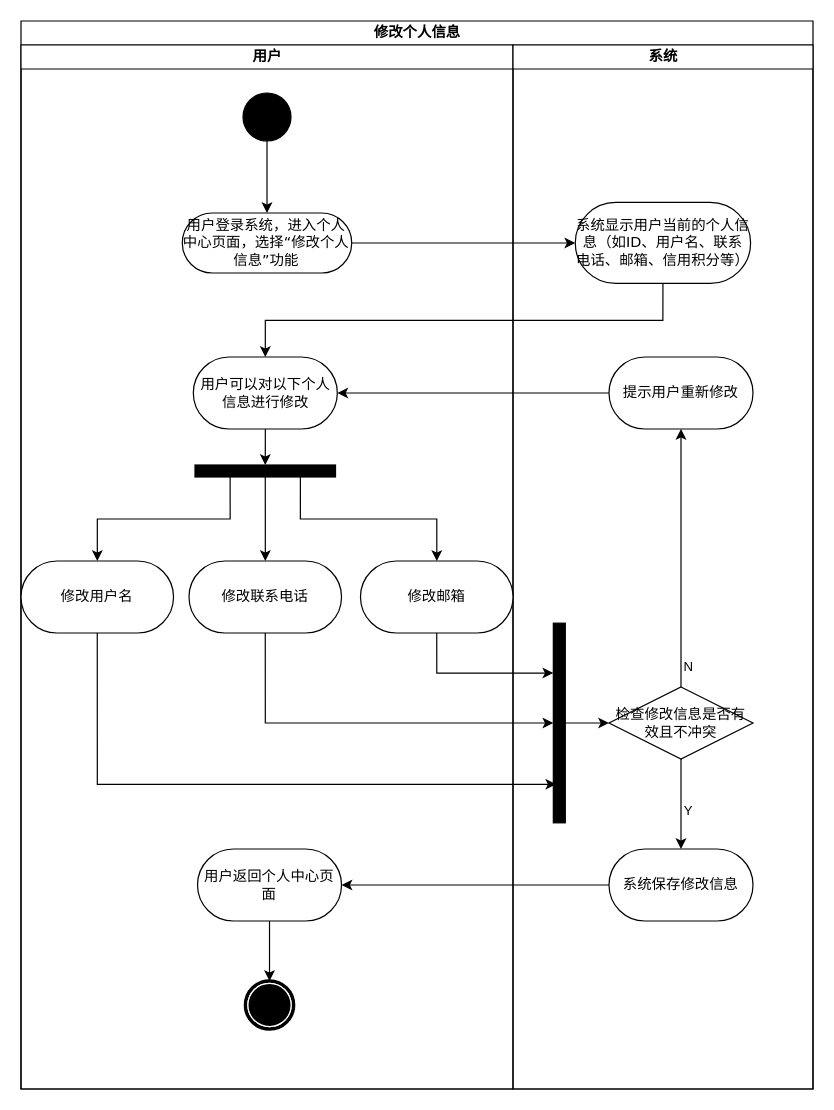
Above: page "功能建模" (1 of 2) of 文档/需求分析规约文档/三种建模/16修改个人信息用例建模.drawio in w1ntercube/TJ-SE-Design (draw.io), before the change. Source tidied: cells renumbered, new cells numbered last; positions are measured from the earlier drawing's top-left corner, leaving out a move shared by most shapes. Both pictures are drawn from the tidied source at 120%, with x=0, y=0 at pixel (20, 20).
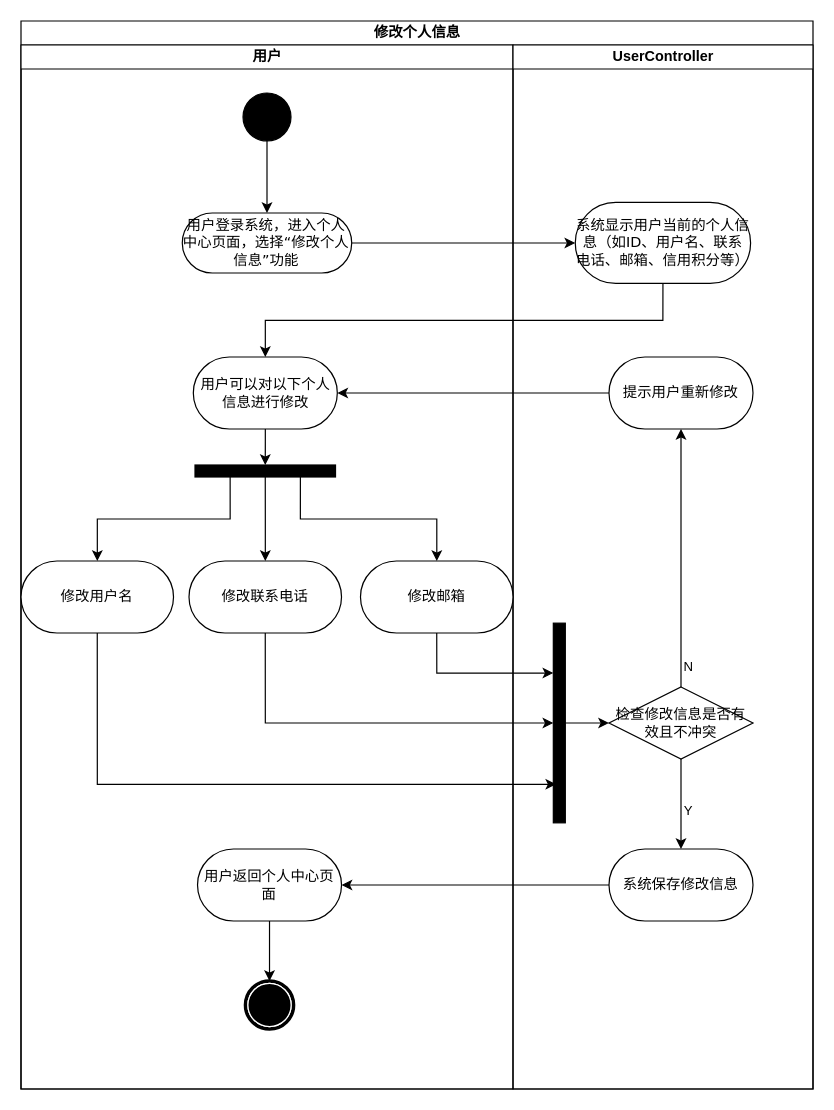
Above is the later version.

Unchanged cells that the change refers to:
```xml
<mxCell id="3" value="用户" style="swimlane;html=1;startSize=20;" parent="2" vertex="1">
  <mxGeometry y="20" width="410" height="870" as="geometry" />
</mxCell>
```

The edit, as a diff of the source:
```diff
@@
-    <mxCell id="7" value="系统" style="swimlane;html=1;startSize=20;" parent="3" vertex="1">
+    <mxCell id="7" value="UserController" style="swimlane;html=1;startSize=20;" parent="3" vertex="1">
       <mxGeometry x="410" width="250" height="870" as="geometry" />
     </mxCell>
```
